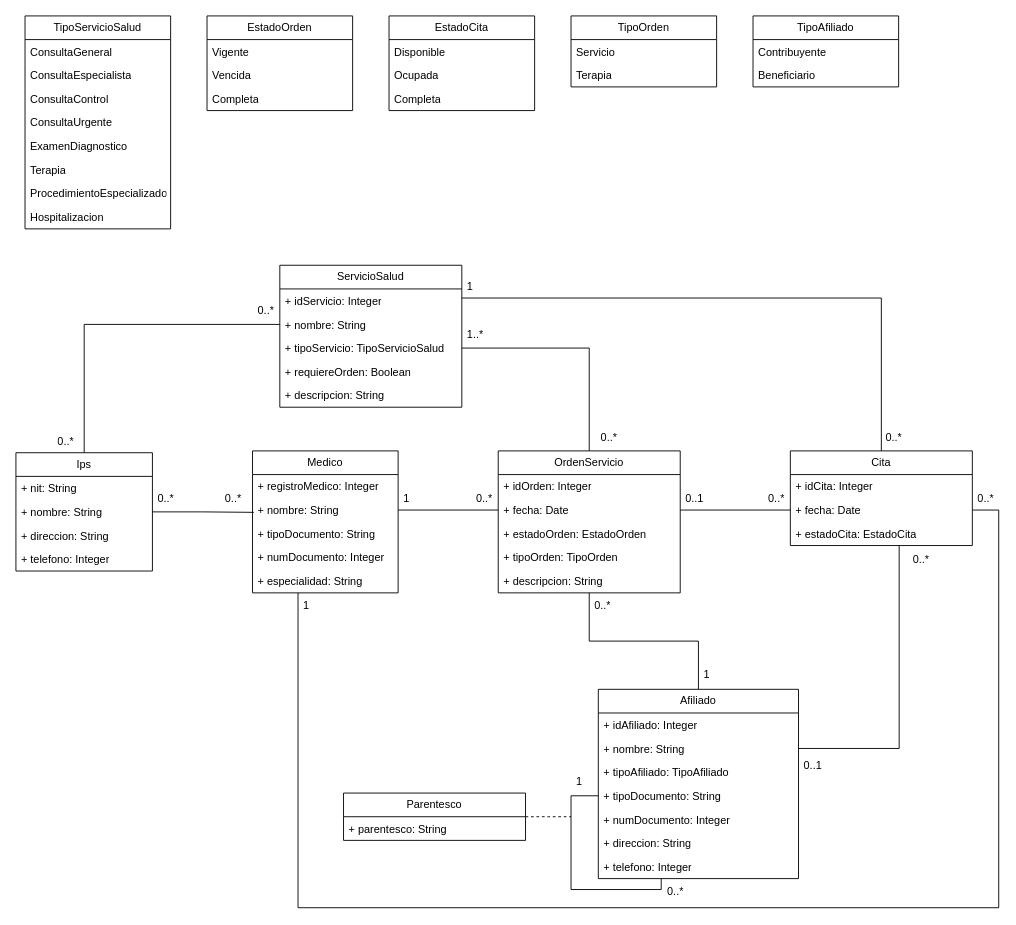
Earlier version of the draw.io diagram Analisis y Modelo conceptual/Modelo UML/Modelo UML.drawio (crissortiz/Proyecto). Source tidied: cells renumbered, new cells numbered last; positions are measured from the earlier drawing's top-left corner, leaving out a move shared by most shapes. Both pictures are drawn from the tidied source at 91%, with x=0, y=0 at pixel (15, 15).
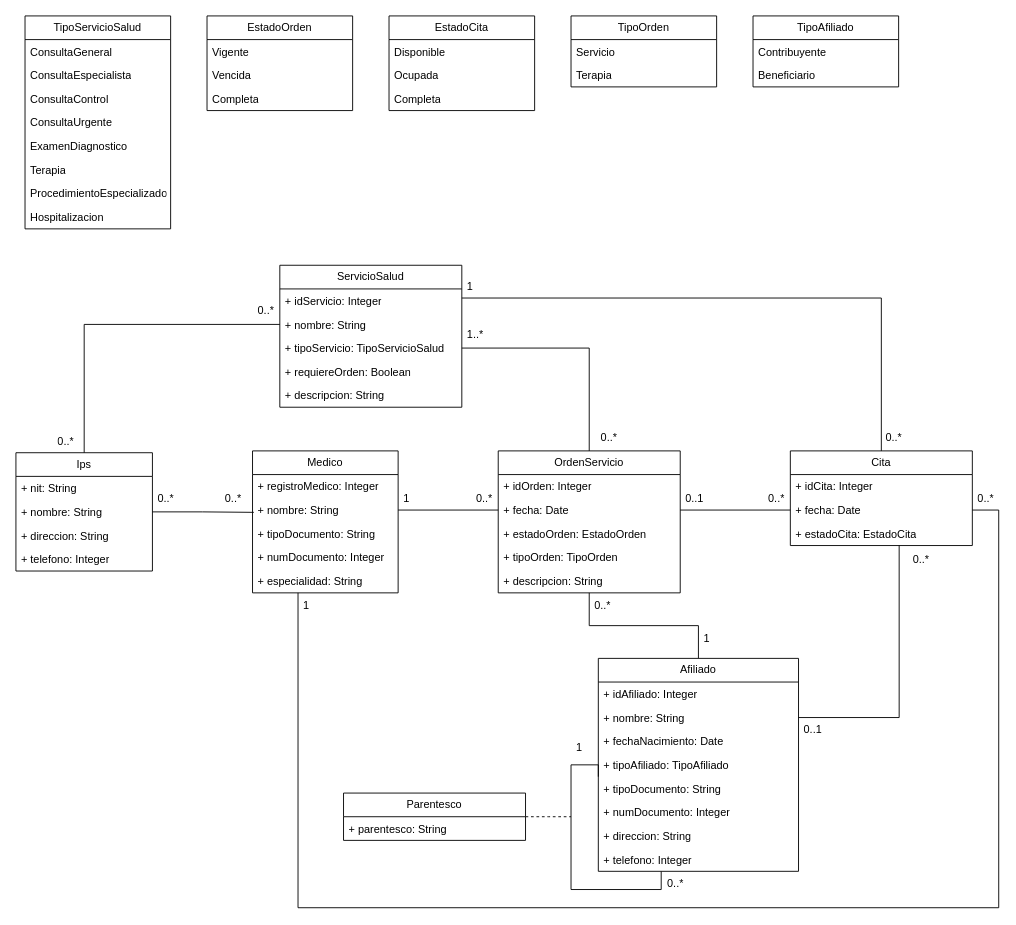
After the change.

Change to the diagram source:
```diff
@@
     <mxCell id="34" value="Afiliado" style="swimlane;fontStyle=0;horizontal=1;startSize=26;fillColor=default;whiteSpace=wrap;html=1;" parent="1" vertex="1">
-      <mxGeometry x="640" y="740" width="220" height="208" as="geometry" />
+      <mxGeometry x="640" y="706" width="220" height="234" as="geometry" />
     </mxCell>
@@
+    <mxCell id="93" value="+ fechaNacimiento: Date" style="text;strokeColor=none;fillColor=none;align=left;verticalAlign=top;spacingLeft=4;spacingRight=4;overflow=hidden;whiteSpace=wrap;html=1;" parent="34" vertex="1">
+      <mxGeometry y="78" width="220" height="26" as="geometry" />
+    </mxCell>
     <mxCell id="37" value="+ tipoAfiliado: TipoAfiliado" style="text;strokeColor=none;fillColor=none;align=left;verticalAlign=top;spacingLeft=4;spacingRight=4;overflow=hidden;whiteSpace=wrap;html=1;" parent="34" vertex="1">
-      <mxGeometry y="78" width="220" height="26" as="geometry" />
+      <mxGeometry y="104" width="220" height="26" as="geometry" />
     </mxCell>
     <mxCell id="38" value="+ tipoDocumento: String" style="text;strokeColor=none;fillColor=none;align=left;verticalAlign=top;spacingLeft=4;spacingRight=4;overflow=hidden;points=[[0,0.5],[1,0.5]];portConstraint=eastwest;whiteSpace=wrap;html=1;" parent="34" vertex="1">
-      <mxGeometry y="104" width="220" height="26" as="geometry" />
+      <mxGeometry y="130" width="220" height="26" as="geometry" />
     </mxCell>
     <mxCell id="39" value="+ numDocumento: Integer" style="text;strokeColor=none;fillColor=none;align=left;verticalAlign=top;spacingLeft=4;spacingRight=4;overflow=hidden;whiteSpace=wrap;html=1;" parent="34" vertex="1">
-      <mxGeometry y="130" width="220" height="26" as="geometry" />
+      <mxGeometry y="156" width="220" height="26" as="geometry" />
     </mxCell>
     <mxCell id="40" value="+ direccion: String" style="text;strokeColor=none;fillColor=none;align=left;verticalAlign=top;spacingLeft=4;spacingRight=4;overflow=hidden;whiteSpace=wrap;html=1;" parent="34" vertex="1">
-      <mxGeometry y="156" width="220" height="26" as="geometry" />
+      <mxGeometry y="182" width="220" height="26" as="geometry" />
     </mxCell>
     <mxCell id="41" value="+ telefono: Integer" style="text;strokeColor=none;fillColor=none;align=left;verticalAlign=top;spacingLeft=4;spacingRight=4;overflow=hidden;points=[[0,0.5],[1,0.5]];portConstraint=eastwest;whiteSpace=wrap;html=1;" parent="34" vertex="1">
-      <mxGeometry y="182" width="220" height="26" as="geometry" />
+      <mxGeometry y="208" width="220" height="26" as="geometry" />
     </mxCell>
     <mxCell id="42" style="edgeStyle=orthogonalEdgeStyle;rounded=0;jettySize=auto;html=1;entryX=0.314;entryY=1.005;entryDx=0;entryDy=0;entryPerimeter=0;endArrow=none;startFill=0;" parent="34" edge="1" source="38" target="41">
       <mxGeometry relative="1" as="geometry">
         <Array as="points">
+          <mxPoint y="117" />
           <mxPoint x="-30" y="117" />
-          <mxPoint x="-30" y="220" />
-          <mxPoint x="69" y="220" />
+          <mxPoint x="-30" y="254" />
+          <mxPoint x="69" y="254" />
         </Array>
       </mxGeometry>
     </mxCell>
@@
     <mxCell id="63" value="1" style="text;strokeColor=none;fillColor=none;align=left;verticalAlign=top;spacingLeft=4;spacingRight=4;overflow=hidden;whiteSpace=wrap;html=1;" parent="1" vertex="1">
-      <mxGeometry x="750" y="710" width="30" height="26" as="geometry" />
+      <mxGeometry x="750" y="670" width="30" height="26" as="geometry" />
     </mxCell>
@@
     <mxCell id="65" value="0..1" style="text;strokeColor=none;fillColor=none;align=left;verticalAlign=top;spacingLeft=4;spacingRight=4;overflow=hidden;whiteSpace=wrap;html=1;" parent="1" vertex="1">
-      <mxGeometry x="860" y="810" width="30" height="26" as="geometry" />
+      <mxGeometry x="860" y="770" width="30" height="26" as="geometry" />
     </mxCell>
     <mxCell id="66" value="0..*" style="text;strokeColor=none;fillColor=none;align=left;verticalAlign=top;spacingLeft=4;spacingRight=4;overflow=hidden;whiteSpace=wrap;html=1;" parent="1" vertex="1">
-      <mxGeometry x="710" y="948" width="30" height="26" as="geometry" />
+      <mxGeometry x="710" y="940" width="30" height="26" as="geometry" />
     </mxCell>
     <mxCell id="67" value="1" style="text;strokeColor=none;fillColor=none;align=left;verticalAlign=top;spacingLeft=4;spacingRight=4;overflow=hidden;whiteSpace=wrap;html=1;" parent="1" vertex="1">
-      <mxGeometry x="610" y="828" width="30" height="26" as="geometry" />
+      <mxGeometry x="610" y="790" width="30" height="26" as="geometry" />
     </mxCell>
```
